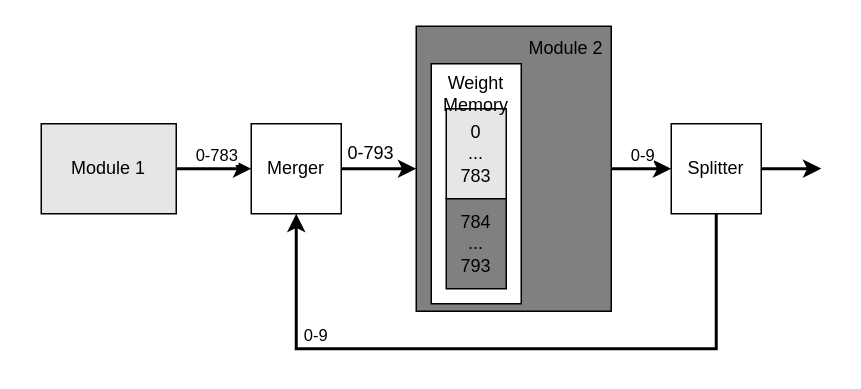
Above: MS_recurrent.drawio in AurelieSa/draw_io (draw.io), before the change. Source tidied: cells renumbered, new cells numbered last; positions are measured from the earlier drawing's top-left corner, leaving out a move shared by most shapes. Both pictures are drawn from the tidied source at 150%, with x=0, y=0 at pixel (40, 26).
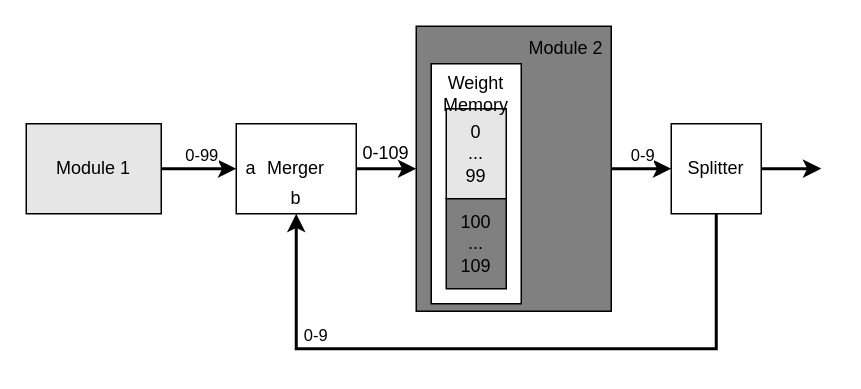
After the change.

Unchanged cells that the change refers to:
```xml
<mxCell id="6" style="edgeStyle=orthogonalEdgeStyle;rounded=0;jettySize=auto;html=1;exitX=1;exitY=0.5;exitDx=0;exitDy=0;entryX=0;entryY=0.5;entryDx=0;entryDy=0;strokeWidth=2;" parent="1" edge="1" source="8" target="10">
  <mxGeometry relative="1" as="geometry" />
</mxCell>
```

Change to the diagram source:
```diff
@@
-    <mxCell id="7" value="0-783" style="edgeLabel;html=1;align=center;verticalAlign=middle;" parent="6" vertex="1">
+    <mxCell id="7" value="0-99" style="edgeLabel;html=1;align=center;verticalAlign=middle;" parent="6" vertex="1">
       <mxGeometry x="-0.08" y="-1" relative="1" as="geometry">
         <mxPoint x="3" y="-11" as="offset" />
       </mxGeometry>
     </mxCell>
     <mxCell id="8" value="Module 1" style="rounded=0;whiteSpace=wrap;html=1;fillColor=#E6E6E6;" parent="1" vertex="1">
-      <mxGeometry y="65" width="90" height="60" as="geometry" />
+      <mxGeometry x="-10" y="65" width="90" height="60" as="geometry" />
     </mxCell>
@@
     <mxCell id="10" value="Merger" style="rounded=0;whiteSpace=wrap;html=1;" parent="1" vertex="1">
-      <mxGeometry x="140" y="65" width="60" height="60" as="geometry" />
+      <mxGeometry x="130" y="65" width="80" height="60" as="geometry" />
     </mxCell>
@@
-    <mxCell id="15" value="&lt;div&gt;0&lt;/div&gt;&lt;div&gt;...&lt;/div&gt;&lt;div&gt;783&lt;/div&gt;" style="rounded=0;whiteSpace=wrap;html=1;fillColor=#E6E6E6;" parent="1" vertex="1">
+    <mxCell id="15" value="&lt;div&gt;0&lt;/div&gt;&lt;div&gt;...&lt;/div&gt;&lt;div&gt;99&lt;/div&gt;" style="rounded=0;whiteSpace=wrap;html=1;fillColor=#E6E6E6;" parent="1" vertex="1">
       <mxGeometry x="270" y="55" width="40" height="60" as="geometry" />
     </mxCell>
-    <mxCell id="16" value="&lt;div&gt;784&lt;/div&gt;&lt;div&gt;...&lt;/div&gt;&lt;div&gt;793&lt;/div&gt;" style="rounded=0;whiteSpace=wrap;html=1;fillColor=#808080;" parent="1" vertex="1">
+    <mxCell id="16" value="&lt;div&gt;100&lt;/div&gt;&lt;div&gt;...&lt;/div&gt;&lt;div&gt;109&lt;/div&gt;" style="rounded=0;whiteSpace=wrap;html=1;fillColor=#808080;" parent="1" vertex="1">
       <mxGeometry x="270" y="115" width="40" height="60" as="geometry" />
     </mxCell>
@@
-    <mxCell id="18" value="0-793" style="text;html=1;align=center;verticalAlign=middle;whiteSpace=wrap;rounded=0;" parent="1" vertex="1">
-      <mxGeometry x="190" y="70" width="60" height="30" as="geometry" />
+    <mxCell id="18" value="0-109" style="text;html=1;align=center;verticalAlign=middle;whiteSpace=wrap;rounded=0;" parent="1" vertex="1">
+      <mxGeometry x="200" y="70" width="60" height="30" as="geometry" />
     </mxCell>
@@
+    <mxCell id="20" value="b" style="text;html=1;align=center;verticalAlign=middle;whiteSpace=wrap;rounded=0;" parent="1" vertex="1">
+      <mxGeometry x="160" y="105" width="20" height="20" as="geometry" />
+    </mxCell>
+    <mxCell id="21" value="a" style="text;html=1;align=center;verticalAlign=middle;whiteSpace=wrap;rounded=0;" parent="1" vertex="1">
+      <mxGeometry x="130" y="85" width="20" height="20" as="geometry" />
+    </mxCell>
```
